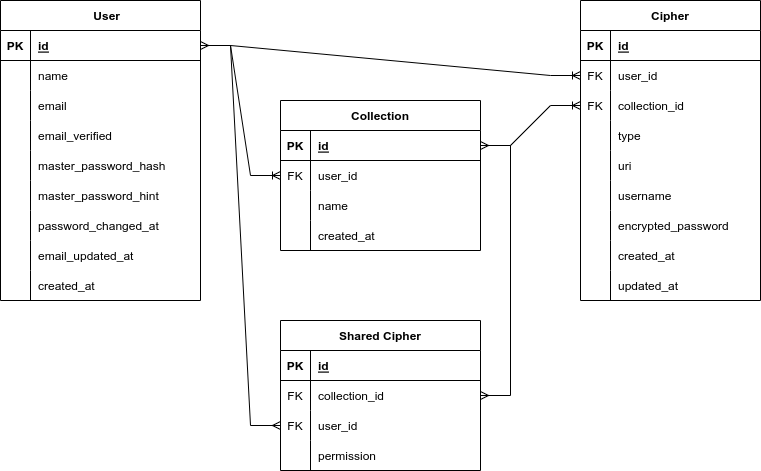
Above: erd/rdm.drawio.png in Vaultexe/diagrams (draw.io), before the change. Source tidied: cells renumbered, new cells last; positions are measured from the earlier drawing's top-left corner, leaving out a move shared by most shapes.
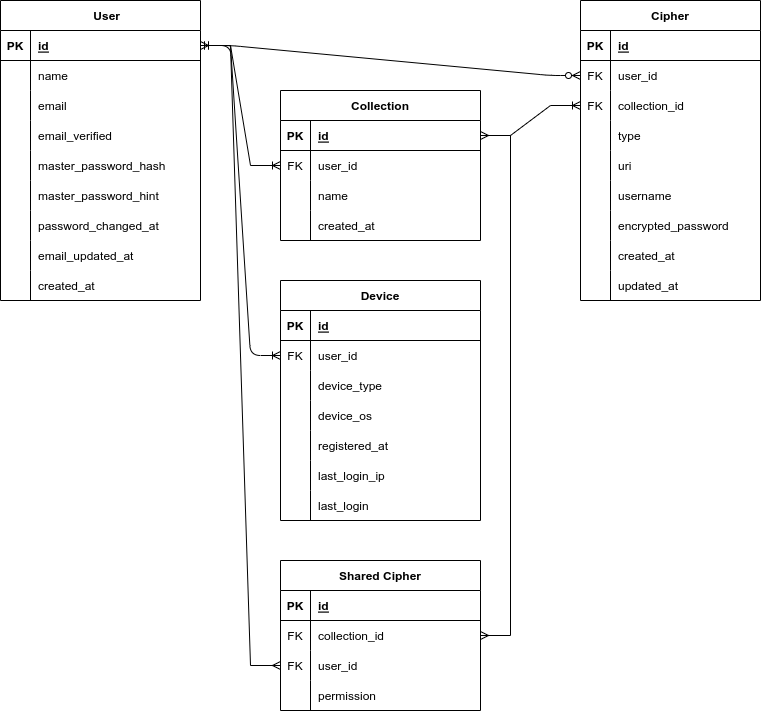
After the commit.

Change to the diagram source:
```diff
@@ -3,7 +3,7 @@
     <mxCell id="0" />
     <mxCell id="1" parent="0" />
     <mxCell id="2" value="    User" style="shape=table;startSize=30;rowLines=0;fontStyle=1;align=center;verticalAlign=middle;horizontal=1;noLabel=0;backgroundOutline=0;rounded=0;" parent="1" vertex="1">
-      <mxGeometry width="200" height="300" as="geometry" />
+      <mxGeometry y="-80" width="200" height="300" as="geometry" />
     </mxCell>
     <mxCell id="3" style="shape=tableRow;horizontal=1;startSize=0;swimlaneHead=0;swimlaneBody=0;fillColor=none;points=[[0,0.5],[1,0.5]];portConstraint=eastwest;top=0;left=0;right=0;bottom=1;noLabel=0;backgroundOutline=0;rounded=0;" parent="2" vertex="1">
       <mxGeometry y="30" width="200" height="30" as="geometry" />
@@ -87,7 +87,7 @@
       <mxGeometry x="30" width="170" height="30" as="geometry" />
     </mxCell>
     <mxCell id="30" value="Cipher" style="shape=table;startSize=30;rowLines=0;fontStyle=1;align=center;rounded=0;" parent="1" vertex="1">
-      <mxGeometry x="580" width="180" height="300" as="geometry" />
+      <mxGeometry x="580" y="-80" width="180" height="300" as="geometry" />
     </mxCell>
     <mxCell id="31" style="shape=tableRow;horizontal=0;startSize=0;swimlaneHead=0;swimlaneBody=0;fillColor=none;top=0;left=0;right=0;bottom=1;rounded=0;" parent="30" vertex="1">
       <mxGeometry y="30" width="180" height="30" as="geometry" />
@@ -171,7 +171,7 @@
       <mxGeometry x="30" width="150" height="30" as="geometry" />
     </mxCell>
     <mxCell id="58" value="Collection" style="shape=table;startSize=30;rowLines=0;fontStyle=1;align=center;rounded=0;" parent="1" vertex="1">
-      <mxGeometry x="280" y="100" width="200" height="150" as="geometry" />
+      <mxGeometry x="280" y="10" width="200" height="150" as="geometry" />
     </mxCell>
     <mxCell id="59" style="shape=tableRow;horizontal=0;startSize=0;swimlaneHead=0;swimlaneBody=0;fillColor=none;points=[[0,0.5],[1,0.5]];portConstraint=eastwest;top=0;left=0;right=0;bottom=1;rounded=0;" parent="58" vertex="1">
       <mxGeometry y="30" width="200" height="30" as="geometry" />
@@ -210,7 +210,7 @@
       <mxGeometry x="30" width="170" height="30" as="geometry" />
     </mxCell>
     <mxCell id="71" value="Shared Cipher" style="shape=table;startSize=30;rowLines=0;fontStyle=1;align=center;rounded=0;" parent="1" vertex="1">
-      <mxGeometry x="280" y="320" width="200" height="150" as="geometry" />
+      <mxGeometry x="280" y="480" width="200" height="150" as="geometry" />
     </mxCell>
     <mxCell id="72" style="shape=tableRow;horizontal=0;startSize=0;swimlaneHead=0;swimlaneBody=0;fillColor=none;top=0;left=0;right=0;bottom=1;rounded=0;" parent="71" vertex="1">
       <mxGeometry y="30" width="200" height="30" as="geometry" />
@@ -248,9 +248,6 @@
     <mxCell id="83" value="permission" style="shape=partialRectangle;fillColor=none;top=0;left=0;bottom=0;right=0;align=left;spacingLeft=6;overflow=hidden;rounded=0;" parent="81" vertex="1">
       <mxGeometry x="30" width="170" height="30" as="geometry" />
     </mxCell>
-    <mxCell id="84" style="edgeStyle=entityRelationEdgeStyle;fontSize=12;html=1;endArrow=ERoneToMany;rounded=0;hachureGap=4;fontFamily=Architects Daughter;fontSource=https%3A%2F%2Ffonts.googleapis.com%2Fcss%3Ffamily%3DArchitects%2BDaughter;exitX=1;exitY=0.5;exitDx=0;exitDy=0;entryX=0;entryY=0.5;entryDx=0;entryDy=0;" parent="1" edge="1" source="3" target="34">
-      <mxGeometry relative="1" as="geometry" />
-    </mxCell>
     <mxCell id="85" style="edgeStyle=entityRelationEdgeStyle;fontSize=12;html=1;endArrow=ERoneToMany;rounded=0;hachureGap=4;fontFamily=Architects Daughter;fontSource=https%3A%2F%2Ffonts.googleapis.com%2Fcss%3Ffamily%3DArchitects%2BDaughter;entryX=0;entryY=0.5;entryDx=0;entryDy=0;exitX=1;exitY=0.5;exitDx=0;exitDy=0;" parent="1" edge="1" source="59" target="37">
       <mxGeometry relative="1" as="geometry" />
     </mxCell>
@@ -263,5 +260,77 @@
     <mxCell id="88" style="edgeStyle=entityRelationEdgeStyle;fontSize=12;html=1;endArrow=ERmany;startArrow=ERmany;rounded=0;hachureGap=4;fontFamily=Architects Daughter;fontSource=https%3A%2F%2Ffonts.googleapis.com%2Fcss%3Ffamily%3DArchitects%2BDaughter;exitX=0;exitY=0.5;exitDx=0;exitDy=0;entryX=1;entryY=0.5;entryDx=0;entryDy=0;" parent="1" edge="1" source="78" target="3">
       <mxGeometry relative="1" as="geometry" />
     </mxCell>
+    <mxCell id="89" value="Device" style="shape=table;startSize=30;rowLines=0;fontStyle=1;align=center;" parent="1" vertex="1">
+      <mxGeometry x="280" y="200" width="200" height="240" as="geometry" />
+    </mxCell>
+    <mxCell id="90" style="shape=tableRow;horizontal=0;startSize=0;swimlaneHead=0;swimlaneBody=0;fillColor=none;top=0;left=0;right=0;bottom=1;" parent="89" vertex="1">
+      <mxGeometry y="30" width="200" height="30" as="geometry" />
+    </mxCell>
+    <mxCell id="91" value="PK" style="shape=partialRectangle;fillColor=none;top=0;left=0;bottom=0;right=0;fontStyle=1;overflow=hidden;" parent="90" vertex="1">
+      <mxGeometry width="30" height="30" as="geometry" />
+    </mxCell>
+    <mxCell id="92" value="id" style="shape=partialRectangle;fillColor=none;top=0;left=0;bottom=0;right=0;align=left;spacingLeft=6;fontStyle=5;overflow=hidden;" parent="90" vertex="1">
+      <mxGeometry x="30" width="170" height="30" as="geometry" />
+    </mxCell>
+    <mxCell id="93" style="shape=tableRow;horizontal=0;startSize=0;swimlaneHead=0;swimlaneBody=0;fillColor=none;points=[[0,0.5],[1,0.5]];portConstraint=eastwest;top=0;left=0;right=0;bottom=0;" parent="89" vertex="1">
+      <mxGeometry y="60" width="200" height="30" as="geometry" />
+    </mxCell>
+    <mxCell id="94" value="FK" style="shape=partialRectangle;fillColor=none;top=0;left=0;bottom=0;right=0;fontStyle=0;overflow=hidden;" parent="93" vertex="1">
+      <mxGeometry width="30" height="30" as="geometry" />
+    </mxCell>
+    <mxCell id="95" value="user_id" style="shape=partialRectangle;fillColor=none;top=0;left=0;bottom=0;right=0;align=left;spacingLeft=6;fontStyle=0;overflow=hidden;" parent="93" vertex="1">
+      <mxGeometry x="30" width="170" height="30" as="geometry" />
+    </mxCell>
+    <mxCell id="96" style="shape=tableRow;horizontal=0;startSize=0;swimlaneHead=0;swimlaneBody=0;fillColor=none;top=0;left=0;right=0;bottom=0;" parent="89" vertex="1">
+      <mxGeometry y="90" width="200" height="30" as="geometry" />
+    </mxCell>
+    <mxCell id="97" style="shape=partialRectangle;fillColor=none;top=0;left=0;bottom=0;right=0;overflow=hidden;" parent="96" vertex="1">
+      <mxGeometry width="30" height="30" as="geometry" />
+    </mxCell>
+    <mxCell id="98" value="device_type" style="shape=partialRectangle;fillColor=none;top=0;left=0;bottom=0;right=0;align=left;spacingLeft=6;overflow=hidden;" parent="96" vertex="1">
+      <mxGeometry x="30" width="170" height="30" as="geometry" />
+    </mxCell>
+    <mxCell id="99" style="shape=tableRow;horizontal=0;startSize=0;swimlaneHead=0;swimlaneBody=0;fillColor=none;top=0;left=0;right=0;bottom=0;" parent="89" vertex="1">
+      <mxGeometry y="120" width="200" height="30" as="geometry" />
+    </mxCell>
+    <mxCell id="100" style="shape=partialRectangle;fillColor=none;top=0;left=0;bottom=0;right=0;overflow=hidden;" parent="99" vertex="1">
+      <mxGeometry width="30" height="30" as="geometry" />
+    </mxCell>
+    <mxCell id="101" value="device_os" style="shape=partialRectangle;fillColor=none;top=0;left=0;bottom=0;right=0;align=left;spacingLeft=6;overflow=hidden;" parent="99" vertex="1">
+      <mxGeometry x="30" width="170" height="30" as="geometry" />
+    </mxCell>
+    <mxCell id="102" style="shape=tableRow;horizontal=0;startSize=0;swimlaneHead=0;swimlaneBody=0;fillColor=none;top=0;left=0;right=0;bottom=0;" parent="89" vertex="1">
+      <mxGeometry y="150" width="200" height="30" as="geometry" />
+    </mxCell>
+    <mxCell id="103" style="shape=partialRectangle;fillColor=none;top=0;left=0;bottom=0;right=0;overflow=hidden;" parent="102" vertex="1">
+      <mxGeometry width="30" height="30" as="geometry" />
+    </mxCell>
+    <mxCell id="104" value="registered_at" style="shape=partialRectangle;fillColor=none;top=0;left=0;bottom=0;right=0;align=left;spacingLeft=6;overflow=hidden;" parent="102" vertex="1">
+      <mxGeometry x="30" width="170" height="30" as="geometry" />
+    </mxCell>
+    <mxCell id="105" style="shape=tableRow;horizontal=0;startSize=0;swimlaneHead=0;swimlaneBody=0;fillColor=none;top=0;left=0;right=0;bottom=0;" parent="89" vertex="1">
+      <mxGeometry y="180" width="200" height="30" as="geometry" />
+    </mxCell>
+    <mxCell id="106" style="shape=partialRectangle;fillColor=none;top=0;left=0;bottom=0;right=0;overflow=hidden;" parent="105" vertex="1">
+      <mxGeometry width="30" height="30" as="geometry" />
+    </mxCell>
+    <mxCell id="107" value="last_login_ip" style="shape=partialRectangle;fillColor=none;top=0;left=0;bottom=0;right=0;align=left;spacingLeft=6;overflow=hidden;" parent="105" vertex="1">
+      <mxGeometry x="30" width="170" height="30" as="geometry" />
+    </mxCell>
+    <mxCell id="108" style="shape=tableRow;horizontal=0;startSize=0;swimlaneHead=0;swimlaneBody=0;fillColor=none;top=0;left=0;right=0;bottom=0;" parent="89" vertex="1">
+      <mxGeometry y="210" width="200" height="30" as="geometry" />
+    </mxCell>
+    <mxCell id="109" style="shape=partialRectangle;fillColor=none;top=0;left=0;bottom=0;right=0;overflow=hidden;" parent="108" vertex="1">
+      <mxGeometry width="30" height="30" as="geometry" />
+    </mxCell>
+    <mxCell id="110" value="last_login" style="shape=partialRectangle;fillColor=none;top=0;left=0;bottom=0;right=0;align=left;spacingLeft=6;overflow=hidden;" parent="108" vertex="1">
+      <mxGeometry x="30" width="170" height="30" as="geometry" />
+    </mxCell>
+    <mxCell id="84" style="edgeStyle=entityRelationEdgeStyle;fontSize=12;html=1;endArrow=ERzeroToMany;startArrow=ERmandOne;exitX=1;exitY=0.5;exitDx=0;exitDy=0;entryX=0;entryY=0.5;entryDx=0;entryDy=0;" parent="1" edge="1" source="3" target="34">
+      <mxGeometry relative="1" as="geometry" />
+    </mxCell>
+    <mxCell id="111" style="edgeStyle=entityRelationEdgeStyle;fontSize=12;html=1;endArrow=ERoneToMany;startArrow=ERmandOne;exitX=1;exitY=0.5;exitDx=0;exitDy=0;entryX=0;entryY=0.5;entryDx=0;entryDy=0;" parent="1" edge="1" source="3" target="93">
+      <mxGeometry relative="1" as="geometry" />
+    </mxCell>
   </root>
 </mxGraphModel>
```
